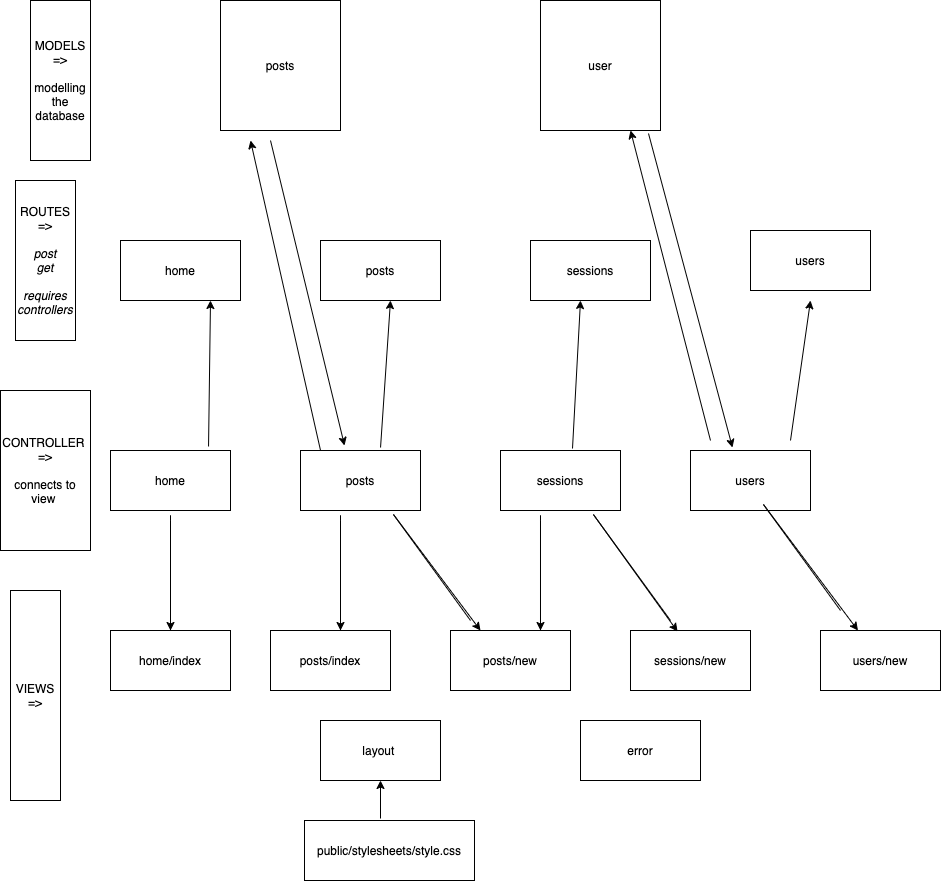
Earlier version of the draw.io export sign_up_diagram.drawio.png (makersacademy/acebook-node-template). Source tidied: cells renumbered, new cells last; positions are measured from the earlier drawing's top-left corner, leaving out a move shared by most shapes. Source of this version:
```xml
<mxGraphModel>
  <root>
    <mxCell id="0" />
    <mxCell id="1" parent="0" />
    <mxCell id="2" value="layout&amp;nbsp;" style="rounded=0;whiteSpace=wrap;html=1;" parent="1" vertex="1">
      <mxGeometry x="320" y="720" width="120" height="60" as="geometry" />
    </mxCell>
    <mxCell id="3" value="error" style="rounded=0;whiteSpace=wrap;html=1;" parent="1" vertex="1">
      <mxGeometry x="580" y="720" width="120" height="60" as="geometry" />
    </mxCell>
    <mxCell id="4" value="users/new" style="rounded=0;whiteSpace=wrap;html=1;" parent="1" vertex="1">
      <mxGeometry x="820" y="630" width="120" height="60" as="geometry" />
    </mxCell>
    <mxCell id="5" value="home/index" style="rounded=0;whiteSpace=wrap;html=1;" parent="1" vertex="1">
      <mxGeometry x="110" y="630" width="120" height="60" as="geometry" />
    </mxCell>
    <mxCell id="6" value="posts/index" style="rounded=0;whiteSpace=wrap;html=1;" parent="1" vertex="1">
      <mxGeometry x="270" y="630" width="120" height="60" as="geometry" />
    </mxCell>
    <mxCell id="7" value="posts/new" style="rounded=0;whiteSpace=wrap;html=1;" parent="1" vertex="1">
      <mxGeometry x="450" y="630" width="120" height="60" as="geometry" />
    </mxCell>
    <mxCell id="8" value="sessions/new" style="rounded=0;whiteSpace=wrap;html=1;" parent="1" vertex="1">
      <mxGeometry x="630" y="630" width="120" height="60" as="geometry" />
    </mxCell>
    <mxCell id="9" value="VIEWS =&amp;gt;" style="rounded=0;whiteSpace=wrap;html=1;" parent="1" vertex="1">
      <mxGeometry x="10" y="590" width="50" height="210" as="geometry" />
    </mxCell>
    <mxCell id="10" value="home" style="rounded=0;whiteSpace=wrap;html=1;" parent="1" vertex="1">
      <mxGeometry x="110" y="450" width="120" height="60" as="geometry" />
    </mxCell>
    <mxCell id="11" value="users" style="rounded=0;whiteSpace=wrap;html=1;" parent="1" vertex="1">
      <mxGeometry x="690" y="450" width="120" height="60" as="geometry" />
    </mxCell>
    <mxCell id="12" value="sessions" style="rounded=0;whiteSpace=wrap;html=1;" parent="1" vertex="1">
      <mxGeometry x="500" y="450" width="120" height="60" as="geometry" />
    </mxCell>
    <mxCell id="13" value="posts" style="rounded=0;whiteSpace=wrap;html=1;" parent="1" vertex="1">
      <mxGeometry x="300" y="450" width="120" height="60" as="geometry" />
    </mxCell>
    <mxCell id="14" value="ROUTES =&amp;gt;&lt;br&gt;&lt;br&gt;&lt;i&gt;post&lt;br&gt;get&lt;br&gt;&lt;br&gt;requires controllers&lt;/i&gt;" style="rounded=0;whiteSpace=wrap;html=1;" parent="1" vertex="1">
      <mxGeometry x="15" y="180" width="60" height="160" as="geometry" />
    </mxCell>
    <mxCell id="15" value="public/stylesheets/style.css" style="rounded=0;whiteSpace=wrap;html=1;" parent="1" vertex="1">
      <mxGeometry x="304" y="820" width="170" height="60" as="geometry" />
    </mxCell>
    <mxCell id="16" style="endArrow=classic;html=1;entryX=0.5;entryY=1;entryDx=0;entryDy=0;" parent="1" edge="1" target="2">
      <mxGeometry relative="1" as="geometry">
        <mxPoint x="380" y="818" as="sourcePoint" />
      </mxGeometry>
    </mxCell>
    <mxCell id="17" value="MODELS&lt;br&gt;=&amp;gt;&lt;br&gt;&lt;br&gt;modelling the database" style="rounded=0;whiteSpace=wrap;html=1;" parent="1" vertex="1">
      <mxGeometry x="30" width="60" height="160" as="geometry" />
    </mxCell>
    <mxCell id="18" value="user" style="rounded=0;whiteSpace=wrap;html=1;" parent="1" vertex="1">
      <mxGeometry x="540" width="120" height="130" as="geometry" />
    </mxCell>
    <mxCell id="19" value="posts" style="rounded=0;whiteSpace=wrap;html=1;" parent="1" vertex="1">
      <mxGeometry x="220" width="120" height="130" as="geometry" />
    </mxCell>
    <mxCell id="20" style="endArrow=classic;html=1;exitX=0.5;exitY=0;exitDx=0;exitDy=0;" parent="1" edge="1" source="5">
      <mxGeometry relative="1" as="geometry">
        <mxPoint x="170" y="630" as="targetPoint" />
        <Array as="points">
          <mxPoint x="170" y="510" />
        </Array>
      </mxGeometry>
    </mxCell>
    <mxCell id="21" value="CONTROLLER&amp;nbsp;&lt;br&gt;=&amp;gt;&lt;br&gt;&lt;br&gt;connects to view&amp;nbsp;" style="rounded=0;whiteSpace=wrap;html=1;" parent="1" vertex="1">
      <mxGeometry y="390" width="90" height="160" as="geometry" />
    </mxCell>
    <mxCell id="22" style="endArrow=classic;html=1;exitX=0.5;exitY=0;exitDx=0;exitDy=0;" parent="1" edge="1">
      <mxGeometry relative="1" as="geometry">
        <mxPoint x="340" y="630" as="sourcePoint" />
        <mxPoint x="340" y="630" as="targetPoint" />
        <Array as="points">
          <mxPoint x="340" y="510" />
        </Array>
      </mxGeometry>
    </mxCell>
    <mxCell id="23" style="endArrow=classic;html=1;entryX=0.25;entryY=0;entryDx=0;entryDy=0;" parent="1" edge="1" target="7">
      <mxGeometry relative="1" as="geometry">
        <mxPoint x="470" y="620" as="sourcePoint" />
        <Array as="points">
          <mxPoint x="390" y="510" />
        </Array>
      </mxGeometry>
    </mxCell>
    <mxCell id="24" style="endArrow=classic;html=1;exitX=0.5;exitY=0;exitDx=0;exitDy=0;" parent="1" edge="1">
      <mxGeometry relative="1" as="geometry">
        <mxPoint x="540" y="630" as="sourcePoint" />
        <mxPoint x="540" y="630" as="targetPoint" />
        <Array as="points">
          <mxPoint x="540" y="510" />
        </Array>
      </mxGeometry>
    </mxCell>
    <mxCell id="25" style="endArrow=classic;html=1;entryX=0.392;entryY=0.017;entryDx=0;entryDy=0;entryPerimeter=0;" parent="1" edge="1" target="8">
      <mxGeometry relative="1" as="geometry">
        <mxPoint x="670" y="620" as="sourcePoint" />
        <Array as="points">
          <mxPoint x="590" y="510" />
        </Array>
      </mxGeometry>
    </mxCell>
    <mxCell id="26" style="endArrow=classic;html=1;" parent="1" edge="1" target="4">
      <mxGeometry relative="1" as="geometry">
        <mxPoint x="840" y="610" as="sourcePoint" />
        <Array as="points">
          <mxPoint x="760" y="500" />
        </Array>
      </mxGeometry>
    </mxCell>
    <mxCell id="27" value="home" style="rounded=0;whiteSpace=wrap;html=1;" parent="1" vertex="1">
      <mxGeometry x="120" y="240" width="120" height="60" as="geometry" />
    </mxCell>
    <mxCell id="28" value="posts" style="rounded=0;whiteSpace=wrap;html=1;" parent="1" vertex="1">
      <mxGeometry x="320" y="240" width="120" height="60" as="geometry" />
    </mxCell>
    <mxCell id="29" value="sessions" style="rounded=0;whiteSpace=wrap;html=1;" parent="1" vertex="1">
      <mxGeometry x="530" y="240" width="120" height="60" as="geometry" />
    </mxCell>
    <mxCell id="30" value="users" style="rounded=0;whiteSpace=wrap;html=1;" parent="1" vertex="1">
      <mxGeometry x="750" y="230" width="120" height="60" as="geometry" />
    </mxCell>
    <mxCell id="31" style="endArrow=classic;html=1;exitX=0.167;exitY=0;exitDx=0;exitDy=0;exitPerimeter=0;" parent="1" edge="1" source="13">
      <mxGeometry relative="1" as="geometry">
        <mxPoint x="250" y="140" as="targetPoint" />
      </mxGeometry>
    </mxCell>
    <mxCell id="32" style="endArrow=classic;html=1;exitX=0.9;exitY=1.023;exitDx=0;exitDy=0;entryX=0.35;entryY=-0.05;entryDx=0;entryDy=0;entryPerimeter=0;exitPerimeter=0;" parent="1" edge="1" source="18" target="11">
      <mxGeometry relative="1" as="geometry" />
    </mxCell>
    <mxCell id="33" style="endArrow=classic;html=1;" parent="1" edge="1">
      <mxGeometry relative="1" as="geometry">
        <mxPoint x="790" y="440" as="sourcePoint" />
        <mxPoint x="810" y="300" as="targetPoint" />
      </mxGeometry>
    </mxCell>
    <mxCell id="34" style="endArrow=classic;html=1;exitX=0.6;exitY=-0.033;exitDx=0;exitDy=0;exitPerimeter=0;" parent="1" edge="1" source="12">
      <mxGeometry relative="1" as="geometry">
        <mxPoint x="580" y="300" as="targetPoint" />
      </mxGeometry>
    </mxCell>
    <mxCell id="35" style="endArrow=classic;html=1;exitX=0.667;exitY=-0.05;exitDx=0;exitDy=0;exitPerimeter=0;" parent="1" edge="1" source="13">
      <mxGeometry relative="1" as="geometry">
        <mxPoint x="390" y="300" as="targetPoint" />
      </mxGeometry>
    </mxCell>
    <mxCell id="36" style="endArrow=classic;html=1;exitX=0.817;exitY=-0.067;exitDx=0;exitDy=0;exitPerimeter=0;" parent="1" edge="1" source="10">
      <mxGeometry relative="1" as="geometry">
        <mxPoint x="210" y="300" as="targetPoint" />
      </mxGeometry>
    </mxCell>
    <mxCell id="37" style="endArrow=classic;html=1;exitX=0.75;exitY=1;exitDx=0;exitDy=0;entryX=0.367;entryY=-0.083;entryDx=0;entryDy=0;entryPerimeter=0;" parent="1" edge="1" target="13">
      <mxGeometry relative="1" as="geometry">
        <mxPoint x="270" y="140" as="sourcePoint" />
      </mxGeometry>
    </mxCell>
    <mxCell id="38" style="endArrow=classic;html=1;" parent="1" edge="1">
      <mxGeometry relative="1" as="geometry">
        <mxPoint x="710" y="440" as="sourcePoint" />
        <mxPoint x="630" y="130" as="targetPoint" />
      </mxGeometry>
    </mxCell>
  </root>
</mxGraphModel>
```
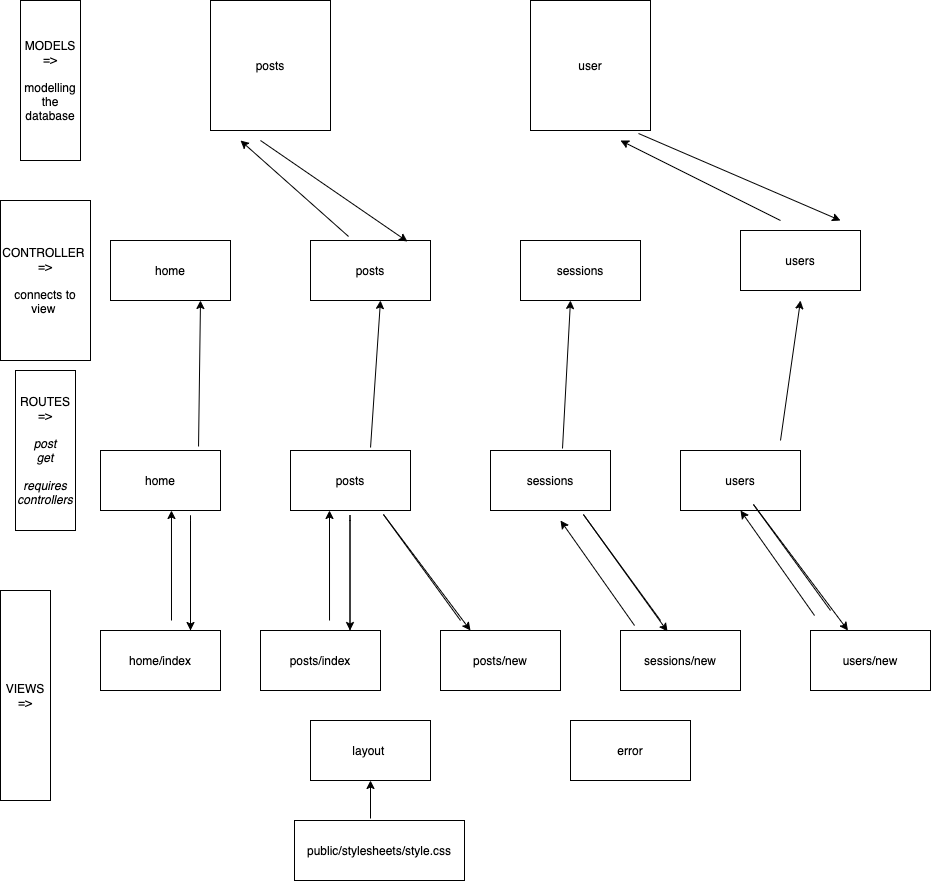
After the commit.

Commit message:
corrected diagram

Diff of the diagram source:
```diff
@@ -39,7 +39,7 @@
       <mxGeometry x="300" y="450" width="120" height="60" as="geometry" />
     </mxCell>
     <mxCell id="14" value="ROUTES =&amp;gt;&lt;br&gt;&lt;br&gt;&lt;i&gt;post&lt;br&gt;get&lt;br&gt;&lt;br&gt;requires controllers&lt;/i&gt;" style="rounded=0;whiteSpace=wrap;html=1;" parent="1" vertex="1">
-      <mxGeometry x="15" y="180" width="60" height="160" as="geometry" />
+      <mxGeometry x="25" y="370" width="60" height="160" as="geometry" />
     </mxCell>
     <mxCell id="15" value="public/stylesheets/style.css" style="rounded=0;whiteSpace=wrap;html=1;" parent="1" vertex="1">
       <mxGeometry x="304" y="820" width="170" height="60" as="geometry" />
@@ -58,26 +58,9 @@
     <mxCell id="19" value="posts" style="rounded=0;whiteSpace=wrap;html=1;" parent="1" vertex="1">
       <mxGeometry x="220" width="120" height="130" as="geometry" />
     </mxCell>
-    <mxCell id="20" style="endArrow=classic;html=1;exitX=0.5;exitY=0;exitDx=0;exitDy=0;" parent="1" edge="1" source="5">
-      <mxGeometry relative="1" as="geometry">
-        <mxPoint x="170" y="630" as="targetPoint" />
-        <Array as="points">
-          <mxPoint x="170" y="510" />
-        </Array>
-      </mxGeometry>
-    </mxCell>
     <mxCell id="21" value="CONTROLLER&amp;nbsp;&lt;br&gt;=&amp;gt;&lt;br&gt;&lt;br&gt;connects to view&amp;nbsp;" style="rounded=0;whiteSpace=wrap;html=1;" parent="1" vertex="1">
-      <mxGeometry y="390" width="90" height="160" as="geometry" />
+      <mxGeometry x="10" y="200" width="90" height="160" as="geometry" />
     </mxCell>
-    <mxCell id="22" style="endArrow=classic;html=1;exitX=0.5;exitY=0;exitDx=0;exitDy=0;" parent="1" edge="1">
-      <mxGeometry relative="1" as="geometry">
-        <mxPoint x="340" y="630" as="sourcePoint" />
-        <mxPoint x="340" y="630" as="targetPoint" />
-        <Array as="points">
-          <mxPoint x="340" y="510" />
-        </Array>
-      </mxGeometry>
-    </mxCell>
     <mxCell id="23" style="endArrow=classic;html=1;entryX=0.25;entryY=0;entryDx=0;entryDy=0;" parent="1" edge="1" target="7">
       <mxGeometry relative="1" as="geometry">
         <mxPoint x="470" y="620" as="sourcePoint" />
@@ -86,15 +69,6 @@
         </Array>
       </mxGeometry>
     </mxCell>
-    <mxCell id="24" style="endArrow=classic;html=1;exitX=0.5;exitY=0;exitDx=0;exitDy=0;" parent="1" edge="1">
-      <mxGeometry relative="1" as="geometry">
-        <mxPoint x="540" y="630" as="sourcePoint" />
-        <mxPoint x="540" y="630" as="targetPoint" />
-        <Array as="points">
-          <mxPoint x="540" y="510" />
-        </Array>
-      </mxGeometry>
-    </mxCell>
     <mxCell id="25" style="endArrow=classic;html=1;entryX=0.392;entryY=0.017;entryDx=0;entryDy=0;entryPerimeter=0;" parent="1" edge="1" target="8">
       <mxGeometry relative="1" as="geometry">
         <mxPoint x="670" y="620" as="sourcePoint" />
@@ -123,13 +97,15 @@
     <mxCell id="30" value="users" style="rounded=0;whiteSpace=wrap;html=1;" parent="1" vertex="1">
       <mxGeometry x="750" y="230" width="120" height="60" as="geometry" />
     </mxCell>
-    <mxCell id="31" style="endArrow=classic;html=1;exitX=0.167;exitY=0;exitDx=0;exitDy=0;exitPerimeter=0;" parent="1" edge="1" source="13">
+    <mxCell id="31" style="endArrow=classic;html=1;exitX=0.317;exitY=-0.067;exitDx=0;exitDy=0;exitPerimeter=0;" parent="1" edge="1" source="28">
       <mxGeometry relative="1" as="geometry">
         <mxPoint x="250" y="140" as="targetPoint" />
       </mxGeometry>
     </mxCell>
-    <mxCell id="32" style="endArrow=classic;html=1;exitX=0.9;exitY=1.023;exitDx=0;exitDy=0;entryX=0.35;entryY=-0.05;entryDx=0;entryDy=0;entryPerimeter=0;exitPerimeter=0;" parent="1" edge="1" source="18" target="11">
-      <mxGeometry relative="1" as="geometry" />
+    <mxCell id="32" style="endArrow=classic;html=1;exitX=0.9;exitY=1.023;exitDx=0;exitDy=0;exitPerimeter=0;" parent="1" edge="1" source="18">
+      <mxGeometry relative="1" as="geometry">
+        <mxPoint x="850" y="220" as="targetPoint" />
+      </mxGeometry>
     </mxCell>
     <mxCell id="33" style="endArrow=classic;html=1;" parent="1" edge="1">
       <mxGeometry relative="1" as="geometry">
@@ -152,16 +128,57 @@
         <mxPoint x="210" y="300" as="targetPoint" />
       </mxGeometry>
     </mxCell>
-    <mxCell id="37" style="endArrow=classic;html=1;exitX=0.75;exitY=1;exitDx=0;exitDy=0;entryX=0.367;entryY=-0.083;entryDx=0;entryDy=0;entryPerimeter=0;" parent="1" edge="1" target="13">
+    <mxCell id="37" style="endArrow=classic;html=1;exitX=0.75;exitY=1;exitDx=0;exitDy=0;entryX=0.808;entryY=0.017;entryDx=0;entryDy=0;entryPerimeter=0;" parent="1" edge="1" target="28">
       <mxGeometry relative="1" as="geometry">
         <mxPoint x="270" y="140" as="sourcePoint" />
       </mxGeometry>
     </mxCell>
     <mxCell id="38" style="endArrow=classic;html=1;" parent="1" edge="1">
       <mxGeometry relative="1" as="geometry">
-        <mxPoint x="710" y="440" as="sourcePoint" />
-        <mxPoint x="630" y="130" as="targetPoint" />
+        <mxPoint x="790" y="220" as="sourcePoint" />
+        <mxPoint x="630" y="140" as="targetPoint" />
       </mxGeometry>
     </mxCell>
+    <mxCell id="39" style="endArrow=classic;html=1;" parent="1" edge="1">
+      <mxGeometry relative="1" as="geometry">
+        <mxPoint x="181" y="620" as="sourcePoint" />
+        <mxPoint x="181" y="510" as="targetPoint" />
+      </mxGeometry>
+    </mxCell>
+    <mxCell id="40" style="endArrow=classic;html=1;" parent="1" edge="1">
+      <mxGeometry relative="1" as="geometry">
+        <mxPoint x="339" y="620" as="sourcePoint" />
+        <mxPoint x="339" y="510" as="targetPoint" />
+      </mxGeometry>
+    </mxCell>
+    <mxCell id="41" style="endArrow=classic;html=1;exitX=0.5;exitY=0;exitDx=0;exitDy=0;" parent="1" edge="1">
+      <mxGeometry relative="1" as="geometry">
+        <mxPoint x="359.5" y="630" as="sourcePoint" />
+        <mxPoint x="359.5" y="630" as="targetPoint" />
+        <Array as="points">
+          <mxPoint x="359.5" y="510" />
+        </Array>
+      </mxGeometry>
+    </mxCell>
+    <mxCell id="42" style="endArrow=classic;html=1;exitX=0.5;exitY=0;exitDx=0;exitDy=0;" parent="1" edge="1">
+      <mxGeometry relative="1" as="geometry">
+        <mxPoint x="200" y="630" as="sourcePoint" />
+        <mxPoint x="200" y="630" as="targetPoint" />
+        <Array as="points">
+          <mxPoint x="200" y="510" />
+        </Array>
+      </mxGeometry>
+    </mxCell>
+    <mxCell id="43" style="endArrow=classic;html=1;exitX=0.117;exitY=-0.083;exitDx=0;exitDy=0;exitPerimeter=0;" parent="1" edge="1" source="8">
+      <mxGeometry relative="1" as="geometry">
+        <mxPoint x="570" y="520" as="targetPoint" />
+      </mxGeometry>
+    </mxCell>
+    <mxCell id="44" style="endArrow=classic;html=1;exitX=0.117;exitY=-0.083;exitDx=0;exitDy=0;exitPerimeter=0;" parent="1" edge="1">
+      <mxGeometry relative="1" as="geometry">
+        <mxPoint x="824" y="615" as="sourcePoint" />
+        <mxPoint x="750" y="510" as="targetPoint" />
+      </mxGeometry>
+    </mxCell>
   </root>
 </mxGraphModel>
```
